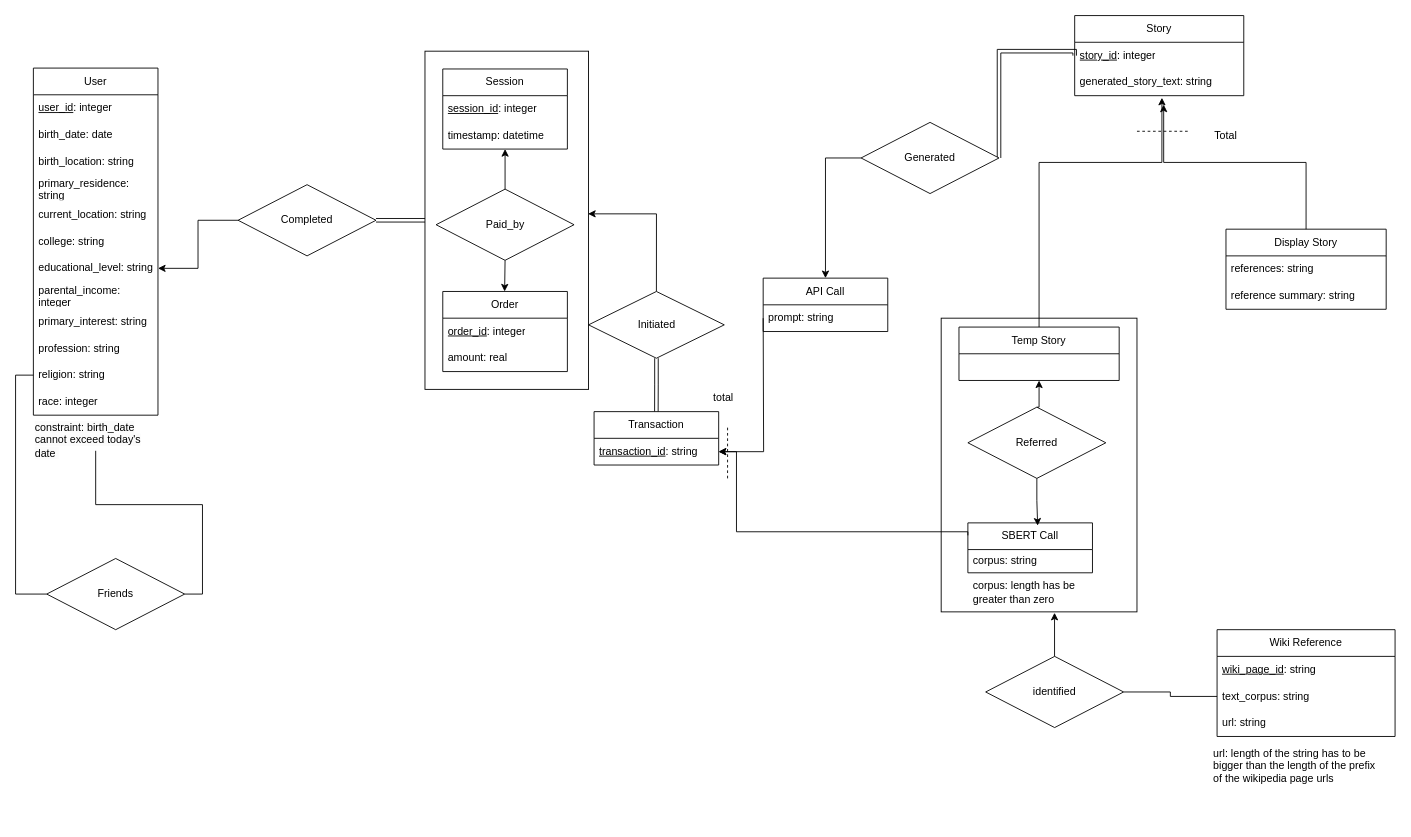
The draw.io diagram er_diagram.drawio in jiajiabinx/IChing, before the edit. Source tidied: cells renumbered, new cells numbered last; positions are measured from the earlier drawing's top-left corner, leaving out a move shared by most shapes. Both pictures are drawn from the tidied source at 89%, with x=0, y=0 at pixel (33, 15).
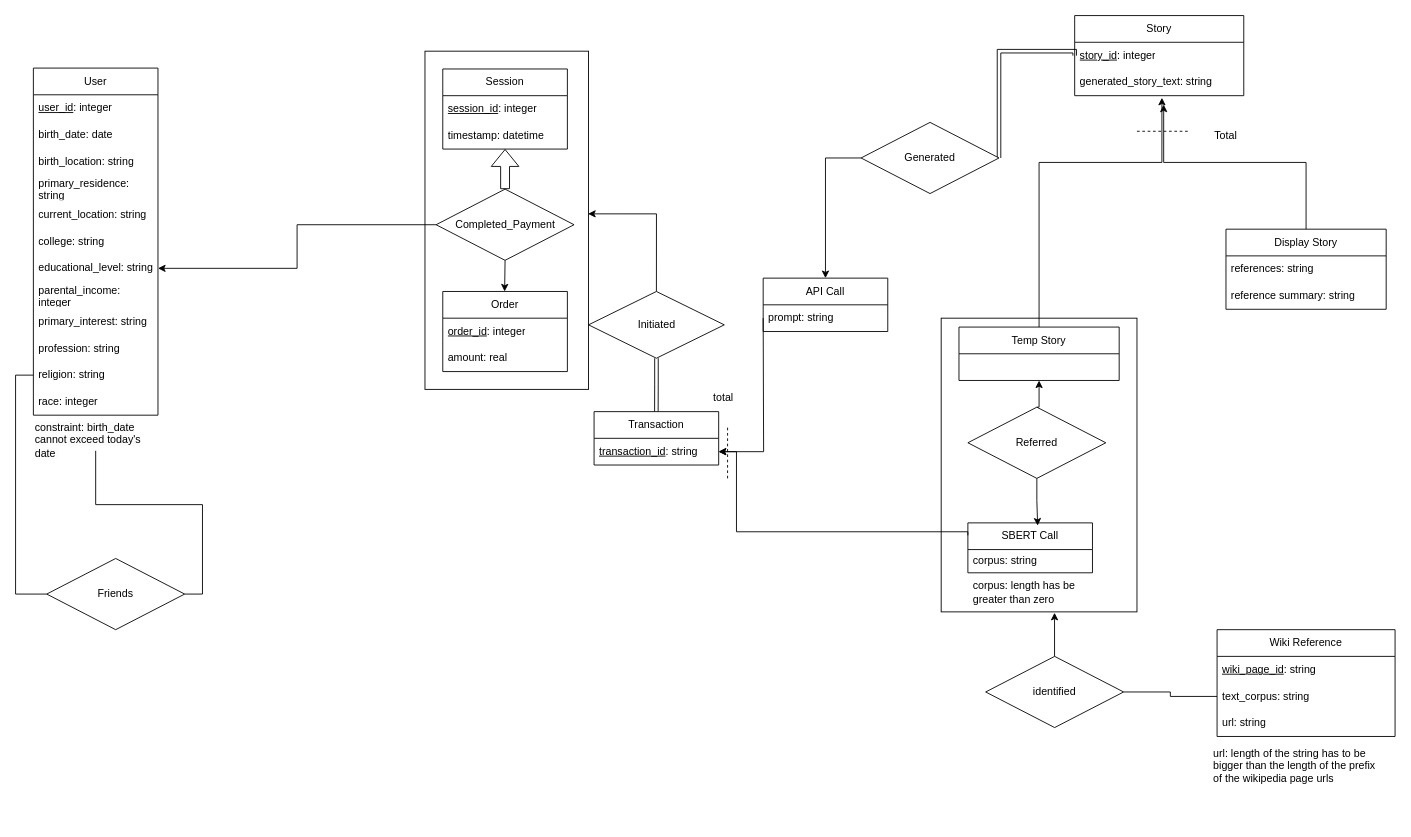
The same diagram, later.

The change refers to these unchanged cells:
```xml
<mxCell id="3" style="group;" parent="1" vertex="1">
  <mxGeometry width="1520" height="905" as="geometry" />
</mxCell>
<mxCell id="5" value="Session" style="swimlane;fontStyle=0;horizontal=1;startSize=30;whiteSpace=wrap;html=1;" parent="3" vertex="1">
  <mxGeometry x="460" y="60" width="140" height="90" as="geometry" />
</mxCell>
<mxCell id="44" value="corpus: string" style="text;strokeColor=none;fillColor=none;align=left;verticalAlign=middle;spacingLeft=4;spacingRight=4;overflow=hidden;points=[[0,0.5],[1,0.5]];portConstraint=eastwest;whiteSpace=wrap;html=1;" parent="43" vertex="1">
  <mxGeometry y="30" width="140" height="26.1" as="geometry" />
</mxCell>
<mxCell id="58" value="educational_level: string" style="text;strokeColor=none;fillColor=none;align=left;verticalAlign=middle;spacingLeft=4;spacingRight=4;overflow=hidden;points=[[0,0.5],[1,0.5]];portConstraint=eastwest;whiteSpace=wrap;html=1;" parent="51" vertex="1">
  <mxGeometry y="210" width="140" height="30" as="geometry" />
</mxCell>
<mxCell id="73" style="rounded=0;whiteSpace=wrap;html=1;fillColor=none;" parent="3" vertex="1">
  <mxGeometry x="440" y="40" width="183.8" height="380" as="geometry" />
</mxCell>
```

The edit, as a diff of the source:
```diff
@@
     <mxCell id="2" style="edgeStyle=orthogonalEdgeStyle;rounded=0;jettySize=auto;html=1;exitX=0;exitY=0.5;exitDx=0;exitDy=0;entryX=0.997;entryY=0.012;entryDx=0;entryDy=0;entryPerimeter=0;" parent="1" edge="1" target="44">
       <mxGeometry relative="1" as="geometry">
         <Array as="points">
-          <mxPoint x="1000" y="644" />
-          <mxPoint x="980" y="644" />
+          <mxPoint x="980" y="654" />
+          <mxPoint x="960" y="654" />
         </Array>
       </mxGeometry>
     </mxCell>
@@
-    <mxCell id="4" style="edgeStyle=orthogonalEdgeStyle;rounded=0;jettySize=auto;html=1;entryX=0.5;entryY=0;entryDx=0;entryDy=0;startArrow=classic;startFill=1;endArrow=none;endFill=0;" parent="3" edge="1" source="5" target="71">
+    <mxCell id="4" style="edgeStyle=orthogonalEdgeStyle;rounded=0;jettySize=auto;html=1;entryX=0.5;entryY=0;entryDx=0;entryDy=0;startArrow=classic;startFill=1;endArrow=none;endFill=0;shape=flexArrow;" parent="3" edge="1" source="5" target="71">
       <mxGeometry relative="1" as="geometry" />
     </mxCell>
@@
-    <mxCell id="14" style="edgeStyle=orthogonalEdgeStyle;rounded=0;jettySize=auto;html=1;exitX=0;exitY=0.5;exitDx=0;exitDy=0;entryX=1;entryY=0.5;entryDx=0;entryDy=0;" parent="3" edge="1" source="15" target="58">
+    <mxCell id="14" style="edgeStyle=orthogonalEdgeStyle;rounded=0;jettySize=auto;html=1;entryX=1;entryY=0.5;entryDx=0;entryDy=0;exitX=0;exitY=0.5;exitDx=0;exitDy=0;" parent="3" edge="1" source="71" target="58">
       <mxGeometry relative="1" as="geometry" />
     </mxCell>
-    <mxCell id="15" value="Completed" style="rhombus;whiteSpace=wrap;html=1;" parent="3" vertex="1">
-      <mxGeometry x="230" y="190" width="155" height="80" as="geometry" />
-    </mxCell>
@@
-    <mxCell id="71" value="Paid_by" style="rhombus;whiteSpace=wrap;html=1;" parent="3" vertex="1">
+    <mxCell id="71" value="Completed_Payment" style="rhombus;whiteSpace=wrap;html=1;" parent="3" vertex="1">
       <mxGeometry x="452.5" y="195" width="155" height="80" as="geometry" />
     </mxCell>
-    <mxCell id="72" style="edgeStyle=orthogonalEdgeStyle;rounded=0;jettySize=auto;html=1;exitX=0;exitY=0.5;exitDx=0;exitDy=0;entryX=1;entryY=0.5;entryDx=0;entryDy=0;endArrow=none;endFill=0;shape=link;" parent="3" edge="1" source="73" target="15">
-      <mxGeometry relative="1" as="geometry" />
-    </mxCell>
```
